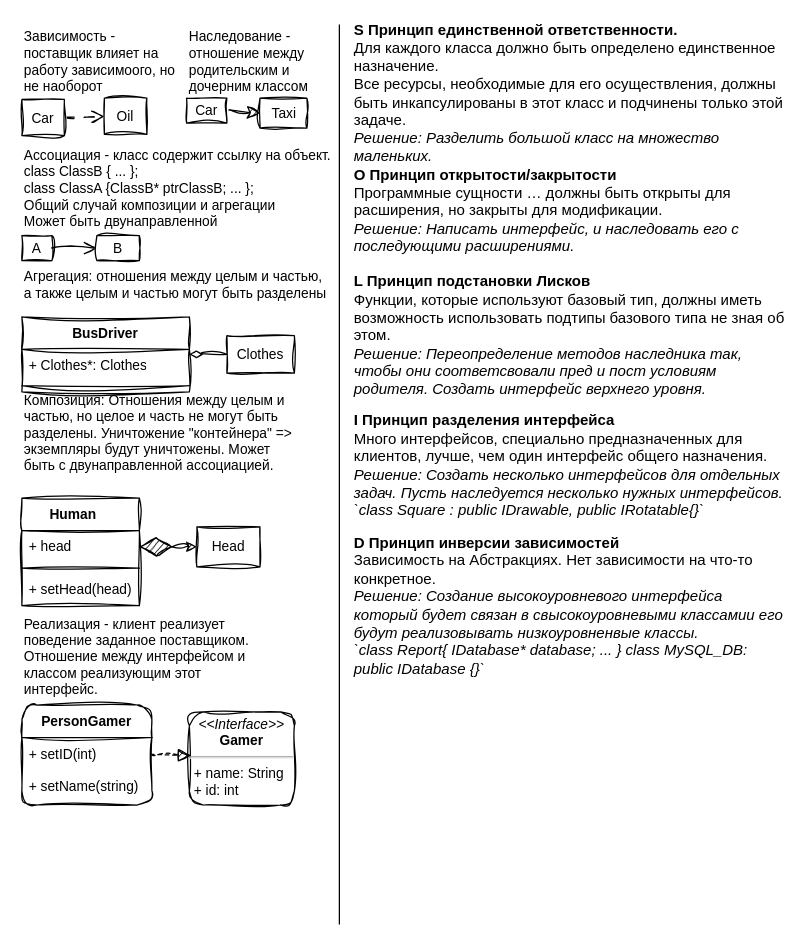
Amatikay/SDT_helper keeps this draw.io diagram as UML_SOLID.drawio. Above is the earlier version. Source tidied: cells renumbered, new cells numbered last; positions are measured from the earlier drawing's top-left corner, leaving out a move shared by most shapes. Both pictures are drawn from the tidied source at 125%, with x=0, y=0 at pixel (21, 24).
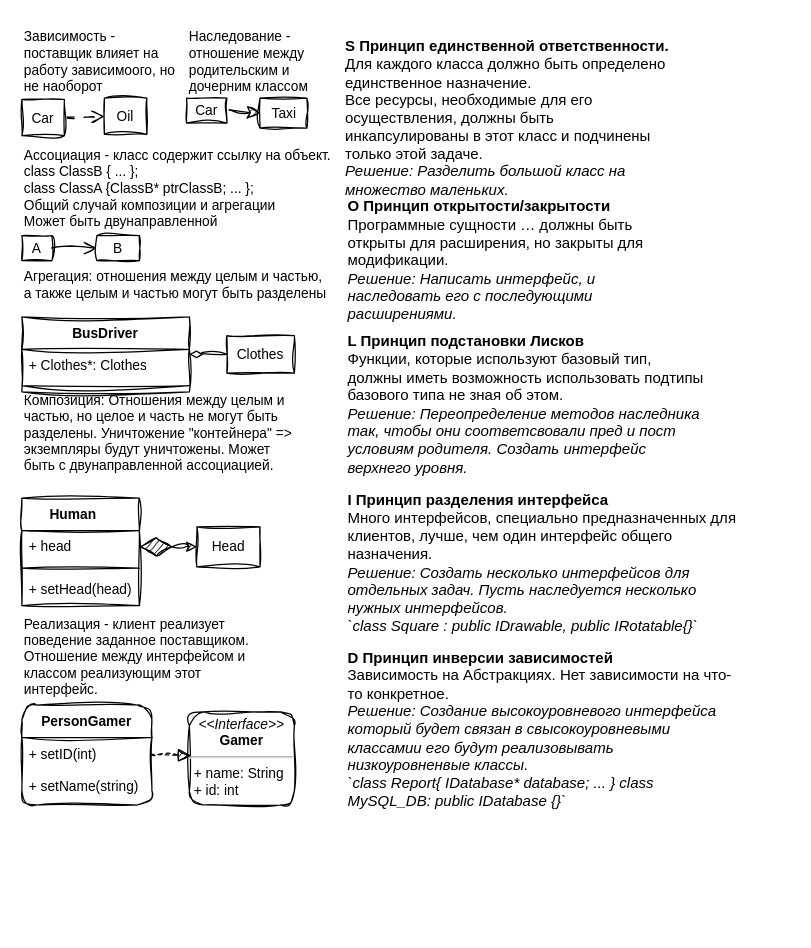
The same diagram, later.

What changed in the source:
```diff
@@
-    <mxCell id="33" style="endArrow=none;html=1;rounded=0;fontFamily=Helvetica;fontColor=#000000;" parent="1" edge="1">
-      <mxGeometry relative="1" as="geometry">
-        <mxPoint x="254" y="720" as="sourcePoint" />
-        <mxPoint x="254" as="targetPoint" />
-      </mxGeometry>
-    </mxCell>
     <mxCell id="34" value="&lt;div align=&quot;left&quot;&gt;&lt;b&gt;S Принцип единственной ответственности.&lt;/b&gt;&lt;br&gt;Для каждого класса должно быть определено единственное назначение.&lt;br&gt;Все ресурсы, необходимые для его осуществления, должны быть инкапсулированы в этот класс и подчинены только этой задаче.&amp;nbsp; &lt;br&gt;&lt;/div&gt;&lt;div align=&quot;left&quot;&gt;&lt;i&gt;Решение: Разделить большой класс на множество маленьких.&lt;/i&gt;&lt;/div&gt;" style="text;html=1;strokeColor=none;fillColor=none;align=left;verticalAlign=middle;whiteSpace=wrap;rounded=0;" parent="1" vertex="1">
-      <mxGeometry x="264" y="5" width="350" height="100" as="geometry" />
+      <mxGeometry x="256.5" y="11" width="270" height="128" as="geometry" />
     </mxCell>
     <mxCell id="35" value="&lt;b&gt;O Принцип открытости/закрытости&lt;/b&gt;&lt;br&gt;Программные сущности … должны быть открыты для расширения, но закрыты для модификации.&amp;nbsp; &lt;br&gt;&lt;i&gt;Решение: Написать интерфейс, и наследовать его с последующими расширениями.&lt;/i&gt;" style="text;html=1;strokeColor=none;fillColor=none;align=left;verticalAlign=middle;whiteSpace=wrap;rounded=0;" parent="1" vertex="1">
-      <mxGeometry x="264" y="114" width="350" height="70" as="geometry" />
+      <mxGeometry x="259" y="139" width="270" height="100" as="geometry" />
     </mxCell>
     <mxCell id="36" value="&lt;div align=&quot;left&quot;&gt;&lt;b&gt;L Принцип подстановки Лисков&lt;/b&gt;&lt;br&gt;Функции, которые используют базовый тип, должны иметь возможность использовать подтипы базового типа не зная об этом.&amp;nbsp; &lt;br&gt;&lt;i&gt;Решение: Переопределение методов наследника так, чтобы они соответсвовали пред и пост условиям родителя. Создать интерфейс верхнего уровня.&lt;/i&gt;&lt;/div&gt;" style="text;html=1;strokeColor=none;fillColor=none;align=left;verticalAlign=middle;whiteSpace=wrap;rounded=0;" parent="1" vertex="1">
-      <mxGeometry x="264" y="194" width="350" height="110" as="geometry" />
+      <mxGeometry x="259" y="239" width="290" height="130" as="geometry" />
     </mxCell>
     <mxCell id="37" value="&lt;div align=&quot;left&quot;&gt;&lt;b&gt;I Принцип разделения интерфейса&lt;/b&gt;&lt;br&gt;&lt;/div&gt;&lt;div align=&quot;left&quot;&gt;Много интерфейсов, специально предназначенных для клиентов, лучше, чем один интерфейс общего назначения.&lt;/div&gt;&lt;div align=&quot;left&quot;&gt;&lt;i&gt;Решение: Создать несколько интерфейсов для отдельных задач. Пусть наследуется несколько нужных интерфейсов.&lt;/i&gt;&lt;/div&gt;&lt;div align=&quot;left&quot;&gt;&lt;i&gt;`class Square : public IDrawable, public IRotatable{}`&lt;/i&gt;&lt;/div&gt;" style="text;html=1;strokeColor=none;fillColor=none;align=left;verticalAlign=middle;whiteSpace=wrap;rounded=0;" parent="1" vertex="1">
-      <mxGeometry x="264" y="308" width="350" height="90" as="geometry" />
+      <mxGeometry x="259" y="363" width="320" height="136" as="geometry" />
     </mxCell>
     <mxCell id="38" value="&lt;div align=&quot;left&quot;&gt;&lt;b&gt;D Принцип инверсии зависимостей&lt;/b&gt;&lt;br&gt;Зависимость на Абстракциях. Нет зависимости на что-то конкретное.&amp;nbsp; &lt;br&gt;&lt;i&gt;Решение: Создание высокоуровневого интерфейса который будет связан в свысокоуровневыми классамии его будут реализовывать низкоуровненвые классы.&lt;/i&gt;&lt;br&gt;&lt;i&gt;`class Report{ IDatabase* database; ... } class MySQL_DB: public IDatabase {}` &lt;/i&gt;&lt;/div&gt;" style="text;html=1;strokeColor=none;fillColor=none;align=left;verticalAlign=middle;whiteSpace=wrap;rounded=0;" parent="1" vertex="1">
-      <mxGeometry x="264" y="402.5" width="350" height="125.5" as="geometry" />
+      <mxGeometry x="259" y="499" width="315" height="130" as="geometry" />
     </mxCell>
```
